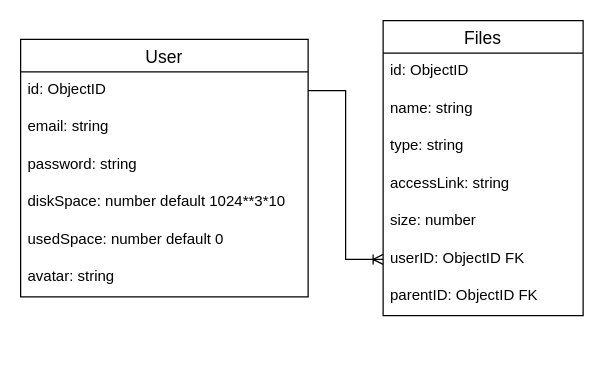
vova-krut/cloud_storage keeps this draw.io diagram as server/db_diagram.drawio. Above is the earlier version. Source tidied: cells renumbered, new cells numbered last; positions are measured from the earlier drawing's top-left corner, leaving out a move shared by most shapes. Both pictures are drawn from the tidied source at 125%, with x=0, y=0 at pixel (20, 20).
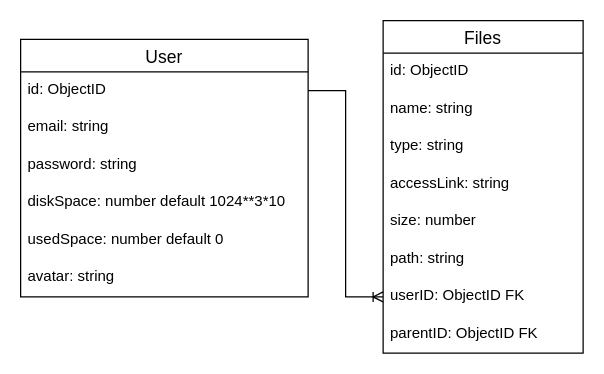
Above is the later version.

What changed in the source:
```diff
@@
 <mxGraphModel>
   <root>
     <mxCell id="0" />
     <mxCell id="1" parent="0" />
     <mxCell id="2" value="User" style="swimlane;fontStyle=0;horizontal=1;startSize=26;align=center;fontSize=14;" parent="1" vertex="1">
       <mxGeometry y="15" width="230" height="206" as="geometry" />
     </mxCell>
     <mxCell id="3" value="id: ObjectID" style="text;strokeColor=none;fillColor=none;spacingLeft=4;spacingRight=4;overflow=hidden;points=[[0,0.5],[1,0.5]];portConstraint=eastwest;fontSize=12;" parent="2" vertex="1">
       <mxGeometry y="26" width="230" height="30" as="geometry" />
     </mxCell>
     <mxCell id="4" value="email: string" style="text;strokeColor=none;fillColor=none;spacingLeft=4;spacingRight=4;overflow=hidden;fontSize=12;" parent="2" vertex="1">
       <mxGeometry y="56" width="230" height="30" as="geometry" />
     </mxCell>
     <mxCell id="5" value="password: string" style="text;strokeColor=none;fillColor=none;spacingLeft=4;spacingRight=4;overflow=hidden;fontSize=12;" parent="2" vertex="1">
       <mxGeometry y="86" width="230" height="30" as="geometry" />
     </mxCell>
     <mxCell id="6" value="diskSpace: number default 1024**3*10" style="text;strokeColor=none;fillColor=none;spacingLeft=4;spacingRight=4;overflow=hidden;fontSize=12;" parent="2" vertex="1">
       <mxGeometry y="116" width="230" height="30" as="geometry" />
     </mxCell>
     <mxCell id="7" value="usedSpace: number default 0" style="text;strokeColor=none;fillColor=none;spacingLeft=4;spacingRight=4;overflow=hidden;fontSize=12;" parent="2" vertex="1">
       <mxGeometry y="146" width="230" height="30" as="geometry" />
     </mxCell>
     <mxCell id="8" value="avatar: string" style="text;strokeColor=none;fillColor=none;spacingLeft=4;spacingRight=4;overflow=hidden;fontSize=12;" parent="2" vertex="1">
       <mxGeometry y="176" width="230" height="30" as="geometry" />
     </mxCell>
     <mxCell id="9" value="Files" style="swimlane;fontStyle=0;horizontal=1;startSize=26;align=center;fontSize=14;" parent="1" vertex="1">
-      <mxGeometry x="290" width="160" height="236" as="geometry" />
+      <mxGeometry x="290" width="160" height="266" as="geometry" />
     </mxCell>
     <mxCell id="10" value="id: ObjectID" style="text;strokeColor=none;fillColor=none;spacingLeft=4;spacingRight=4;overflow=hidden;fontSize=12;" parent="9" vertex="1">
       <mxGeometry y="26" width="160" height="30" as="geometry" />
     </mxCell>
     <mxCell id="11" value="name: string" style="text;strokeColor=none;fillColor=none;spacingLeft=4;spacingRight=4;overflow=hidden;fontSize=12;" parent="9" vertex="1">
       <mxGeometry y="56" width="160" height="30" as="geometry" />
     </mxCell>
     <mxCell id="12" value="type: string" style="text;strokeColor=none;fillColor=none;spacingLeft=4;spacingRight=4;overflow=hidden;fontSize=12;" parent="9" vertex="1">
       <mxGeometry y="86" width="160" height="30" as="geometry" />
     </mxCell>
     <mxCell id="13" value="accessLink: string" style="text;strokeColor=none;fillColor=none;spacingLeft=4;spacingRight=4;overflow=hidden;fontSize=12;" parent="9" vertex="1">
       <mxGeometry y="116" width="160" height="30" as="geometry" />
     </mxCell>
     <mxCell id="14" value="size: number" style="text;strokeColor=none;fillColor=none;spacingLeft=4;spacingRight=4;overflow=hidden;fontSize=12;" parent="9" vertex="1">
       <mxGeometry y="146" width="160" height="30" as="geometry" />
     </mxCell>
+    <mxCell id="18" value="path: string" style="text;strokeColor=none;fillColor=none;spacingLeft=4;spacingRight=4;overflow=hidden;fontSize=12;" parent="9" vertex="1">
+      <mxGeometry y="176" width="160" height="30" as="geometry" />
+    </mxCell>
     <mxCell id="15" value="userID: ObjectID FK" style="text;strokeColor=none;fillColor=none;spacingLeft=4;spacingRight=4;overflow=hidden;points=[[0,0.5],[1,0.5]];portConstraint=eastwest;fontSize=12;" parent="9" vertex="1">
-      <mxGeometry y="176" width="160" height="30" as="geometry" />
+      <mxGeometry y="206" width="160" height="30" as="geometry" />
     </mxCell>
     <mxCell id="16" value="parentID: ObjectID FK" style="text;strokeColor=none;fillColor=none;spacingLeft=4;spacingRight=4;overflow=hidden;fontSize=12;" parent="9" vertex="1">
-      <mxGeometry y="206" width="160" height="30" as="geometry" />
+      <mxGeometry y="236" width="160" height="30" as="geometry" />
     </mxCell>
     <mxCell id="17" style="edgeStyle=entityRelationEdgeStyle;fontSize=12;html=1;endArrow=ERoneToMany;rounded=0;exitX=1;exitY=0.5;exitDx=0;exitDy=0;entryX=0;entryY=0.5;entryDx=0;entryDy=0;" parent="1" edge="1" source="3" target="15">
       <mxGeometry relative="1" as="geometry" />
     </mxCell>
   </root>
 </mxGraphModel>
```
